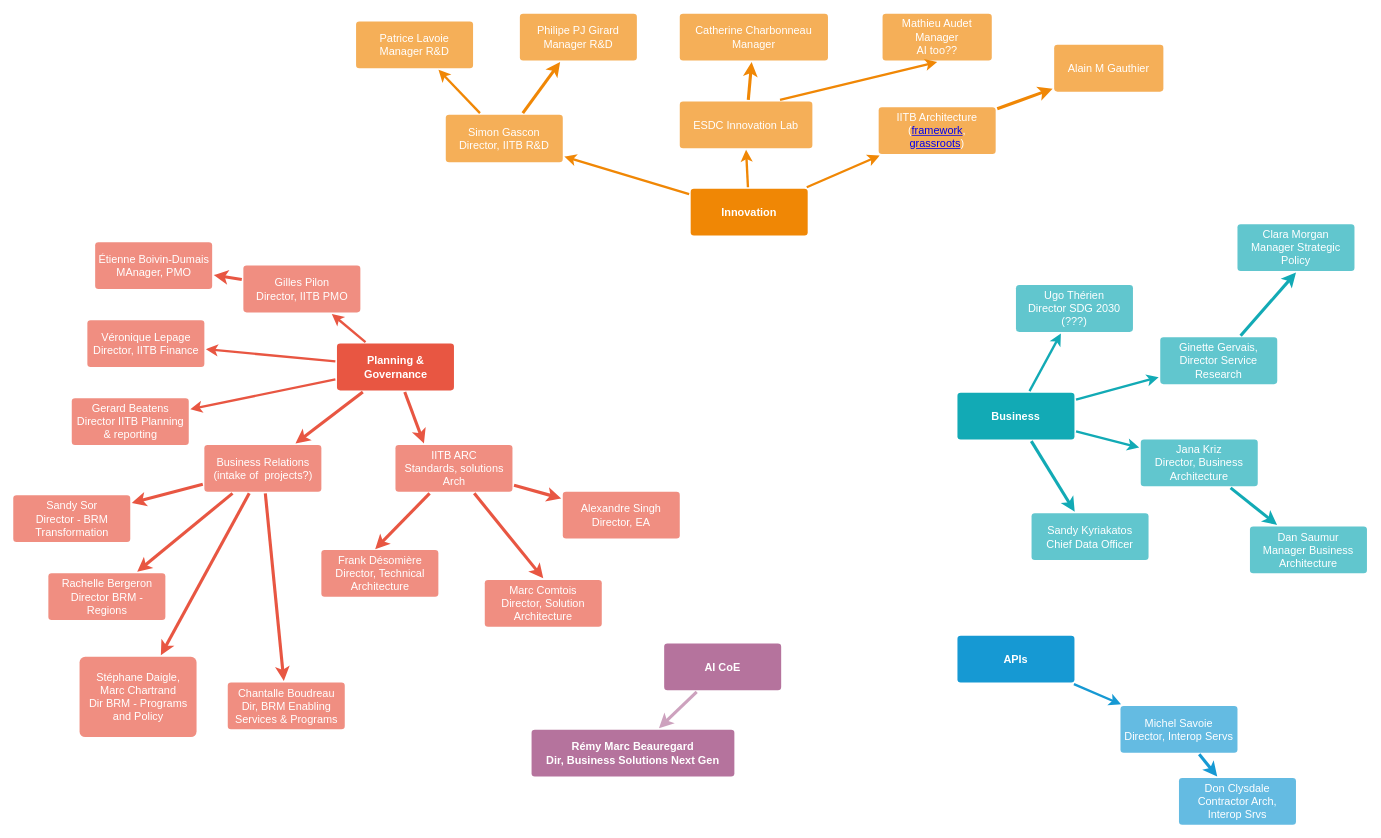
Before: ReferenceMaterials/Stakeholder MindMap.drawio in sara-sabr/ITStrategy, a draw.io diagram. Source tidied: cells renumbered, new cells numbered last; positions are measured from the earlier drawing's top-left corner, leaving out a move shared by most shapes. Both pictures are drawn from the tidied source at 78%, with x=0, y=0 at pixel (13, 13).
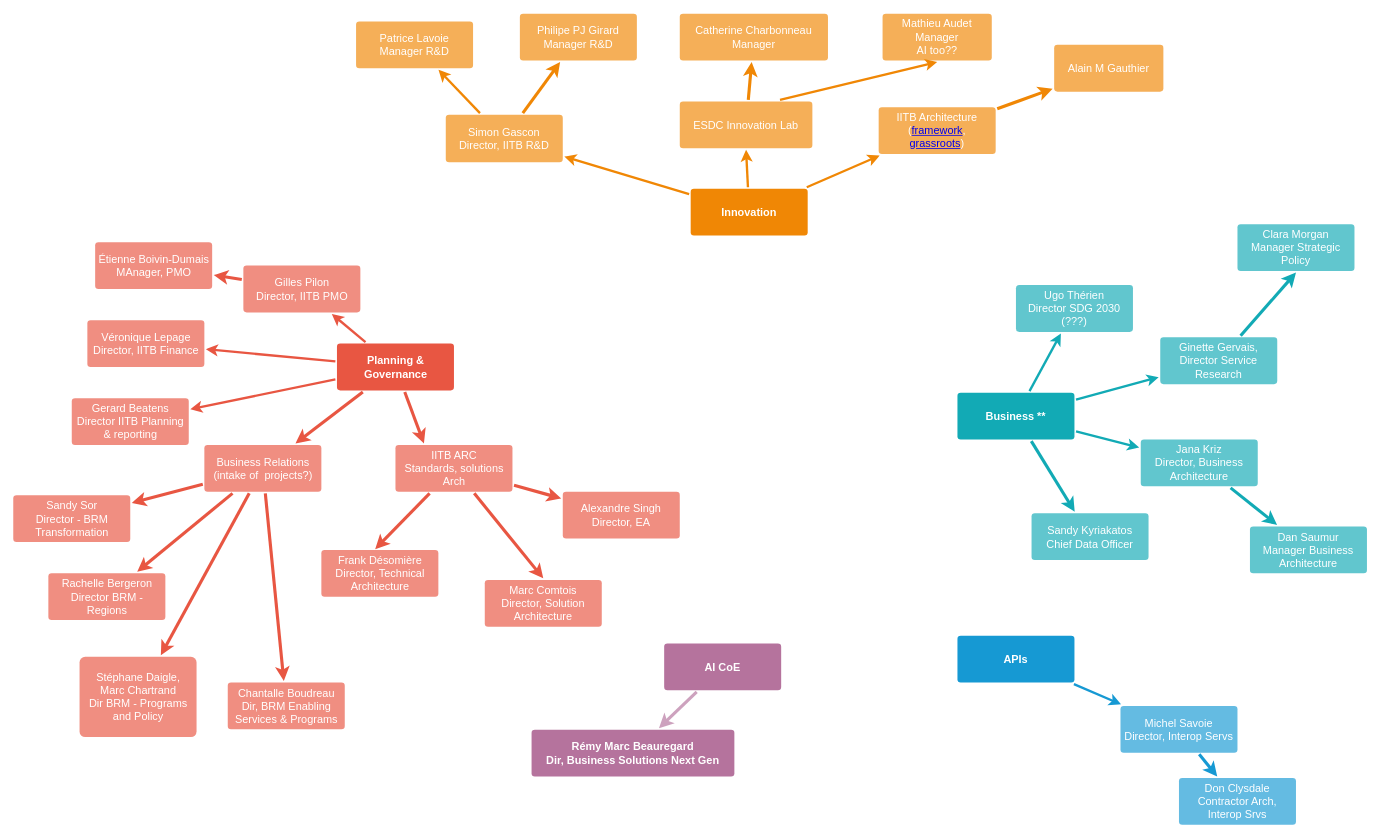
The same diagram, later.

What changed in the source:
```diff
@@
-    <mxCell id="27" value="Business" style="rounded=1;whiteSpace=wrap;html=1;shadow=0;labelBackgroundColor=none;strokeColor=none;strokeWidth=3;fillColor=#12aab5;fontFamily=Helvetica;fontSize=14;fontColor=#FFFFFF;align=center;spacing=5;fontStyle=1;arcSize=7;perimeterSpacing=2;" parent="1" vertex="1">
+    <mxCell id="27" value="Business **" style="rounded=1;whiteSpace=wrap;html=1;shadow=0;labelBackgroundColor=none;strokeColor=none;strokeWidth=3;fillColor=#12aab5;fontFamily=Helvetica;fontSize=14;fontColor=#FFFFFF;align=center;spacing=5;fontStyle=1;arcSize=7;perimeterSpacing=2;" parent="1" vertex="1">
       <mxGeometry x="1210" y="486" width="150" height="60" as="geometry" />
     </mxCell>
```
